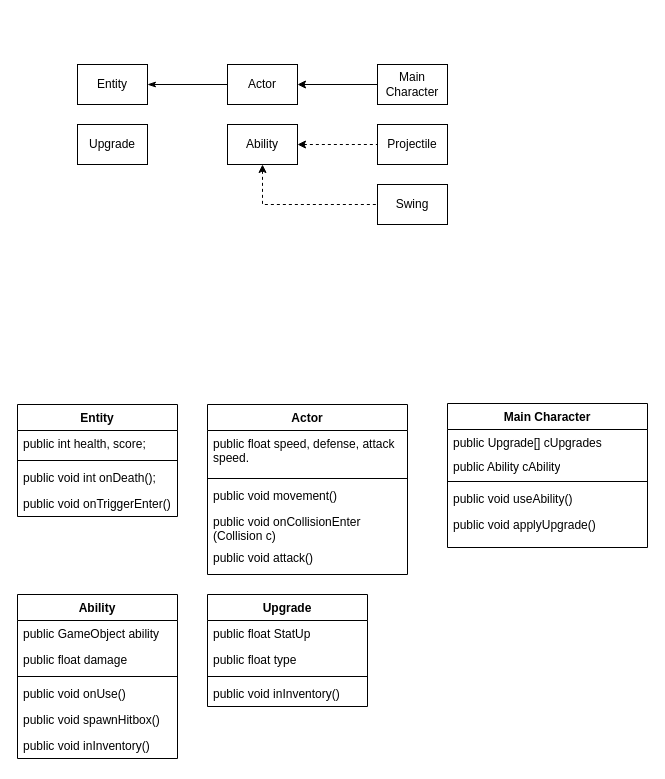
Earlier version of the draw.io diagram Docs/Module Relation.drawio (AbelLagonell/Box-em_Up). Source tidied: cells renumbered, new cells numbered last; positions are measured from the earlier drawing's top-left corner, leaving out a move shared by most shapes. Both pictures are drawn from the tidied source at 100%, with x=0, y=0 at pixel (17, 64).
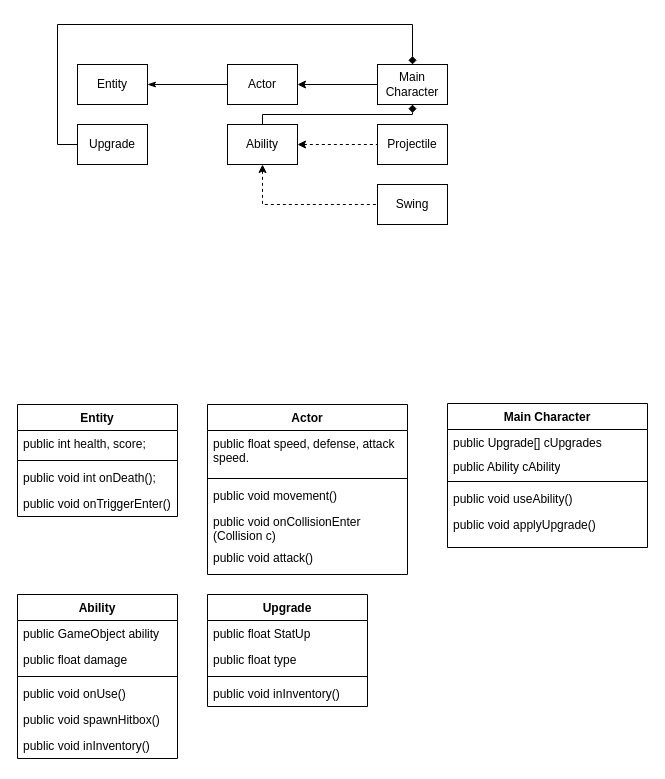
The same page after the edit.

Unchanged cells that the change refers to:
```xml
<mxCell id="6" value="Main Character" style="rounded=0;whiteSpace=wrap;html=1;" parent="1" vertex="1">
  <mxGeometry x="360" width="70" height="40" as="geometry" />
</mxCell>
<mxCell id="7" value="Upgrade" style="rounded=0;whiteSpace=wrap;html=1;" parent="1" vertex="1">
  <mxGeometry x="60" y="60" width="70" height="40" as="geometry" />
</mxCell>
<mxCell id="10" value="Ability" style="rounded=0;whiteSpace=wrap;html=1;" parent="1" vertex="1">
  <mxGeometry x="210" y="60" width="70" height="40" as="geometry" />
</mxCell>
```

What changed in the source:
```diff
@@
+    <mxCell id="42" style="edgeStyle=orthogonalEdgeStyle;rounded=0;jettySize=auto;html=1;endArrow=diamond;endFill=1;" parent="1" edge="1" source="7" target="6">
+      <mxGeometry relative="1" as="geometry">
+        <Array as="points">
+          <mxPoint x="40" y="80" />
+          <mxPoint x="40" y="-40" />
+          <mxPoint x="395" y="-40" />
+        </Array>
+      </mxGeometry>
+    </mxCell>
@@
+    <mxCell id="43" style="edgeStyle=orthogonalEdgeStyle;rounded=0;jettySize=auto;html=1;endArrow=diamond;endFill=1;" parent="1" edge="1" source="10" target="6">
+      <mxGeometry relative="1" as="geometry">
+        <Array as="points">
+          <mxPoint x="245" y="50" />
+          <mxPoint x="395" y="50" />
+        </Array>
+      </mxGeometry>
+    </mxCell>
```
